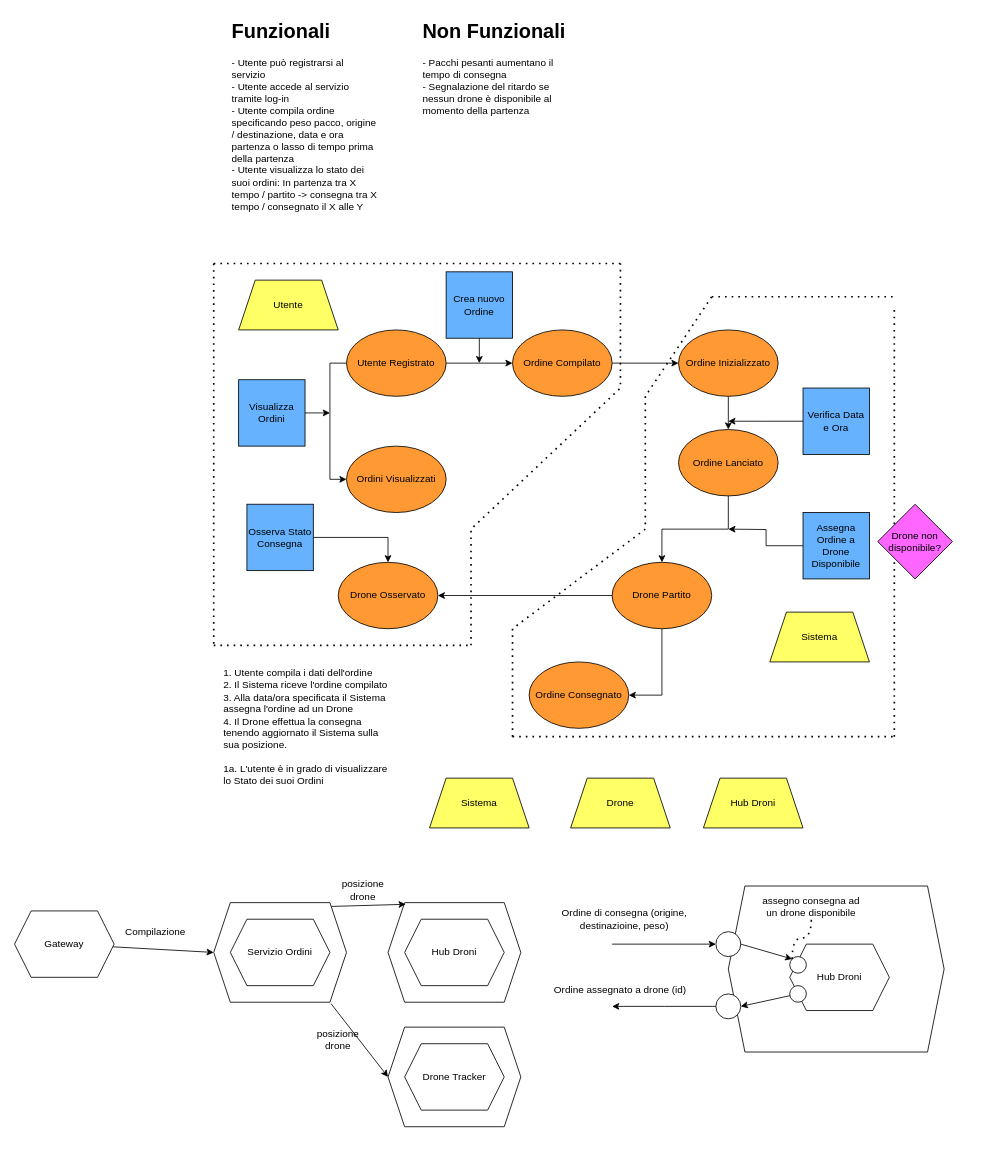
The draw.io diagram doc/event_storming_system.drawio in AlessandroStefani/sap_assignment01, before the edit. Source tidied: cells renumbered, new cells numbered last; positions are measured from the earlier drawing's top-left corner, leaving out a move shared by most shapes. Both pictures are drawn from the tidied source at 83%, with x=0, y=0 at pixel (14, 14).
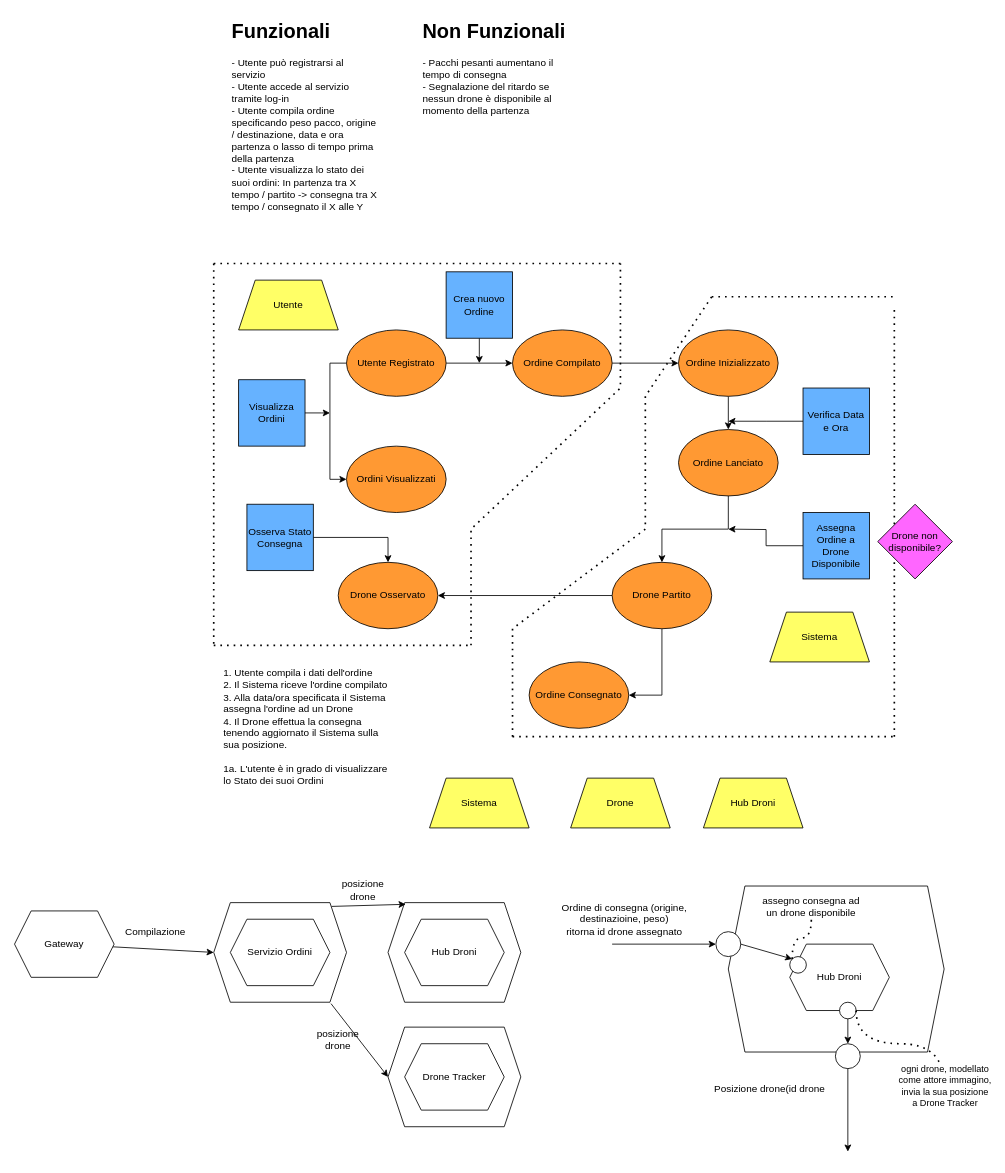
The same page after the edit.

Commit message (it also covers changes not shown here):
drone Hub ok, ty gemini

The edit, as a diff of the source:
```diff
@@
-    <mxCell id="62" value="Ordine di consegna (origine, destinazioine, peso)" style="text;html=1;whiteSpace=wrap;strokeColor=none;fillColor=none;align=center;verticalAlign=middle;rounded=0;" parent="1" vertex="1">
+    <mxCell id="62" value="Ordine di consegna (origine, destinazioine, peso)&lt;div&gt;ritorna id drone assegnato&lt;/div&gt;" style="text;html=1;whiteSpace=wrap;strokeColor=none;fillColor=none;align=center;verticalAlign=middle;rounded=0;" parent="1" vertex="1">
       <mxGeometry x="655" y="1075" width="160" height="30" as="geometry" />
     </mxCell>
-    <mxCell id="63" style="edgeStyle=orthogonalEdgeStyle;rounded=0;jettySize=auto;html=1;" parent="1" edge="1" source="64">
-      <mxGeometry relative="1" as="geometry">
-        <mxPoint x="720" y="1195" as="targetPoint" />
-      </mxGeometry>
-    </mxCell>
-    <mxCell id="64" style="ellipse;whiteSpace=wrap;html=1;" parent="1" vertex="1">
-      <mxGeometry x="845" y="1180" width="30" height="30" as="geometry" />
-    </mxCell>
@@
-    <mxCell id="66" style="rounded=0;jettySize=auto;html=1;entryX=1;entryY=0.5;entryDx=0;entryDy=0;" parent="1" edge="1" source="71" target="64">
-      <mxGeometry relative="1" as="geometry" />
-    </mxCell>
@@
-    <mxCell id="70" value="Ordine assegnato a drone (id)" style="text;html=1;whiteSpace=wrap;strokeColor=none;fillColor=none;align=center;verticalAlign=middle;rounded=0;" parent="1" vertex="1">
-      <mxGeometry x="645" y="1160" width="170" height="30" as="geometry" />
-    </mxCell>
-    <mxCell id="71" style="ellipse;whiteSpace=wrap;html=1;" parent="1" vertex="1">
-      <mxGeometry x="934" y="1170" width="20" height="20" as="geometry" />
-    </mxCell>
+    <mxCell id="72" style="rounded=0;jettySize=auto;html=1;exitX=0.5;exitY=1;exitDx=0;exitDy=0;entryX=0.5;entryY=0;entryDx=0;entryDy=0;" parent="1" edge="1" source="73" target="74">
+      <mxGeometry relative="1" as="geometry" />
+    </mxCell>
+    <mxCell id="73" style="ellipse;whiteSpace=wrap;html=1;" parent="1" vertex="1">
+      <mxGeometry x="994" y="1190" width="20" height="20" as="geometry" />
+    </mxCell>
+    <mxCell id="74" style="ellipse;whiteSpace=wrap;html=1;" parent="1" vertex="1">
+      <mxGeometry x="989" y="1240" width="30" height="30" as="geometry" />
+    </mxCell>
+    <mxCell id="75" style="endArrow=classic;html=1;rounded=0;exitX=0.5;exitY=1;exitDx=0;exitDy=0;" parent="1" edge="1" source="74">
+      <mxGeometry relative="1" as="geometry">
+        <mxPoint x="1004" y="1370" as="targetPoint" />
+      </mxGeometry>
+    </mxCell>
+    <mxCell id="76" style="endArrow=none;dashed=1;html=1;dashPattern=1 3;strokeWidth=2;rounded=0;edgeStyle=orthogonalEdgeStyle;curved=1;exitX=1;exitY=0.5;exitDx=0;exitDy=0;" parent="1" edge="1" source="73">
+      <mxGeometry relative="1" as="geometry">
+        <mxPoint x="1120" y="1290" as="targetPoint" />
+        <Array as="points">
+          <mxPoint x="1014" y="1240" />
+          <mxPoint x="1120" y="1240" />
+        </Array>
+      </mxGeometry>
+    </mxCell>
+    <mxCell id="77" value="ogni drone, modellato&lt;div&gt;come attore immagino,&lt;/div&gt;&lt;div&gt;invia la sua posizione&lt;/div&gt;&lt;div&gt;a Drone Tracker&lt;/div&gt;" style="edgeLabel;html=1;align=center;verticalAlign=middle;" parent="76" vertex="1">
+      <mxGeometry x="1" relative="1" as="geometry" />
+    </mxCell>
+    <mxCell id="78" value="Posizione drone(id drone" style="text;html=1;whiteSpace=wrap;strokeColor=none;fillColor=none;align=center;verticalAlign=middle;rounded=0;" parent="1" vertex="1">
+      <mxGeometry x="830" y="1280" width="160" height="30" as="geometry" />
+    </mxCell>
```
